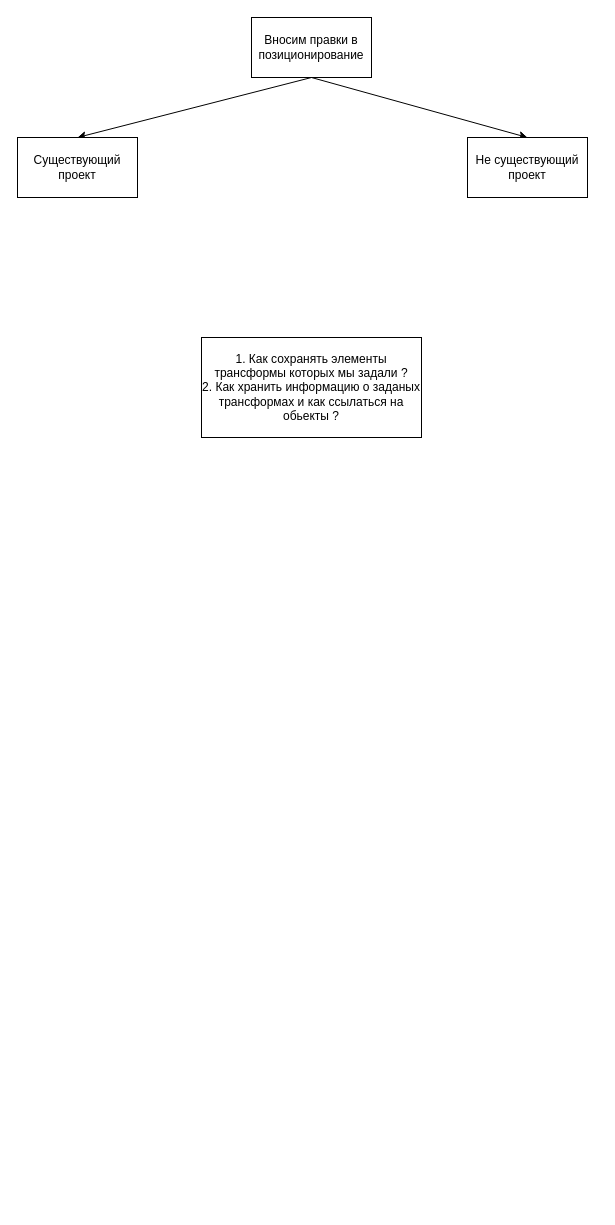
This is Save transforms flow.drawio from MatthewKarpenko/LayoutEditor-diagrams, a draw.io file, before an edit. Source tidied: cells renumbered, new cells numbered last; positions are measured from the earlier drawing's top-left corner, leaving out a move shared by most shapes. Both pictures are drawn from the tidied source at 100%, with x=0, y=0 at pixel (17, 17).
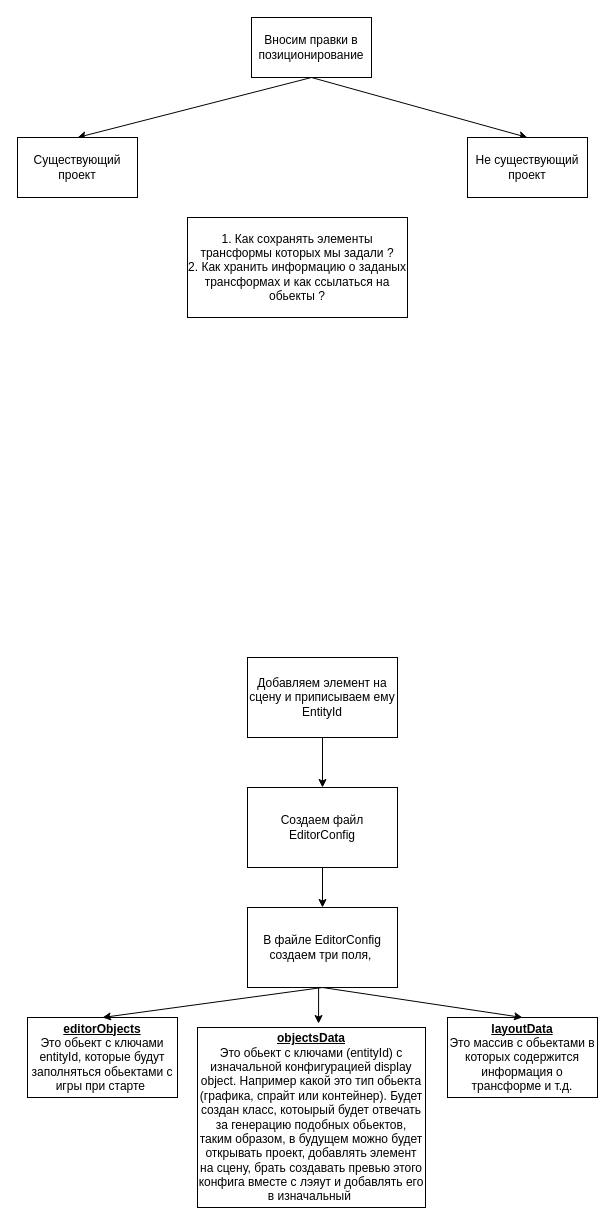
Above is the later version.

Commit message (it also covers changes not shown here):
save format diagram

The edit, as a diff of the source:
```diff
@@
 <mxGraphModel>
   <root>
     <mxCell id="0" />
     <mxCell id="1" parent="0" />
     <mxCell id="2" value="Вносим правки в позиционирование&lt;br&gt;" style="rounded=0;whiteSpace=wrap;html=1;" parent="1" vertex="1">
       <mxGeometry x="234" width="120" height="60" as="geometry" />
     </mxCell>
     <mxCell id="3" style="endArrow=classic;html=1;exitX=0.5;exitY=1;exitDx=0;exitDy=0;entryX=0.5;entryY=0;entryDx=0;entryDy=0;" parent="1" edge="1" source="2" target="6">
       <mxGeometry relative="1" as="geometry" />
     </mxCell>
     <mxCell id="4" style="endArrow=classic;html=1;exitX=0.5;exitY=1;exitDx=0;exitDy=0;entryX=0.5;entryY=0;entryDx=0;entryDy=0;" parent="1" edge="1" source="2" target="5">
       <mxGeometry relative="1" as="geometry" />
     </mxCell>
     <mxCell id="5" value="Не существующий проект" style="rounded=0;whiteSpace=wrap;html=1;" parent="1" vertex="1">
       <mxGeometry x="450" y="120" width="120" height="60" as="geometry" />
     </mxCell>
     <mxCell id="6" value="Существующий проект" style="rounded=0;whiteSpace=wrap;html=1;" parent="1" vertex="1">
       <mxGeometry y="120" width="120" height="60" as="geometry" />
     </mxCell>
     <mxCell id="7" value="1. Как сохранять элементы трансформы которых мы задали ?&lt;br&gt;2. Как хранить информацию о заданых трансформах и как ссылаться на обьекты ?" style="rounded=0;whiteSpace=wrap;html=1;" parent="1" vertex="1">
-      <mxGeometry x="184" y="320" width="220" height="100" as="geometry" />
+      <mxGeometry x="170" y="200" width="220" height="100" as="geometry" />
     </mxCell>
+    <mxCell id="8" style="edgeStyle=orthogonalEdgeStyle;rounded=0;jettySize=auto;html=1;exitX=0.5;exitY=1;exitDx=0;exitDy=0;entryX=0.5;entryY=0;entryDx=0;entryDy=0;" parent="1" edge="1" source="9" target="11">
+      <mxGeometry relative="1" as="geometry" />
+    </mxCell>
+    <mxCell id="9" value="Добавляем элемент на сцену и приписываем ему EntityId" style="rounded=0;whiteSpace=wrap;html=1;" parent="1" vertex="1">
+      <mxGeometry x="230" y="640" width="150" height="80" as="geometry" />
+    </mxCell>
+    <mxCell id="10" style="edgeStyle=orthogonalEdgeStyle;rounded=0;jettySize=auto;html=1;exitX=0.5;exitY=1;exitDx=0;exitDy=0;entryX=0.5;entryY=0;entryDx=0;entryDy=0;" parent="1" edge="1" source="11" target="13">
+      <mxGeometry relative="1" as="geometry" />
+    </mxCell>
+    <mxCell id="11" value="Создаем файл EditorConfig" style="rounded=0;whiteSpace=wrap;html=1;" parent="1" vertex="1">
+      <mxGeometry x="230" y="770" width="150" height="80" as="geometry" />
+    </mxCell>
+    <mxCell id="12" style="edgeStyle=orthogonalEdgeStyle;rounded=0;jettySize=auto;html=1;exitX=0.5;exitY=1;exitDx=0;exitDy=0;entryX=0.531;entryY=-0.022;entryDx=0;entryDy=0;entryPerimeter=0;" parent="1" edge="1" source="13" target="16">
+      <mxGeometry relative="1" as="geometry" />
+    </mxCell>
+    <mxCell id="13" value="В файле EditorConfig создаем три поля,&amp;nbsp;" style="rounded=0;whiteSpace=wrap;html=1;" parent="1" vertex="1">
+      <mxGeometry x="230" y="890" width="150" height="80" as="geometry" />
+    </mxCell>
+    <mxCell id="14" value="&lt;b&gt;&lt;u&gt;editorObjects&lt;/u&gt;&lt;/b&gt;&lt;br&gt;Это обьект с ключами entityId, которые будут заполняться обьектами с игры при старте&amp;nbsp;" style="rounded=0;whiteSpace=wrap;html=1;" parent="1" vertex="1">
+      <mxGeometry x="10" y="1000" width="150" height="80" as="geometry" />
+    </mxCell>
+    <mxCell id="15" value="&lt;b&gt;&lt;u&gt;layoutData&lt;br&gt;&lt;/u&gt;&lt;/b&gt;Это массив с обьектами в которых содержится информация о трансформе и т.д." style="rounded=0;whiteSpace=wrap;html=1;" parent="1" vertex="1">
+      <mxGeometry x="430" y="1000" width="150" height="80" as="geometry" />
+    </mxCell>
+    <mxCell id="16" value="&lt;b&gt;&lt;u&gt;objectsData&lt;/u&gt;&lt;/b&gt;&lt;br&gt;Это обьект с ключами (entityId) с изначальной конфигурацией display object. Например какой это тип обьекта (графика, спрайт или контейнер). Будет создан класс, котоырый будет отвечать за генерацию подобных обьектов, таким образом, в будущем можно будет открывать проект, добавлять элемент на сцену, брать создавать превью этого конфига вместе с лэяут и добавлять его в изначальный&amp;nbsp;" style="rounded=0;whiteSpace=wrap;html=1;" parent="1" vertex="1">
+      <mxGeometry x="180" y="1010" width="228" height="180" as="geometry" />
+    </mxCell>
+    <mxCell id="17" style="endArrow=classic;html=1;entryX=0.5;entryY=0;entryDx=0;entryDy=0;exitX=0.5;exitY=1;exitDx=0;exitDy=0;" parent="1" edge="1" source="13" target="15">
+      <mxGeometry relative="1" as="geometry" />
+    </mxCell>
+    <mxCell id="18" style="endArrow=classic;html=1;entryX=0.5;entryY=0;entryDx=0;entryDy=0;exitX=0.5;exitY=1;exitDx=0;exitDy=0;" parent="1" edge="1" source="13" target="14">
+      <mxGeometry relative="1" as="geometry" />
+    </mxCell>
   </root>
 </mxGraphModel>
```
